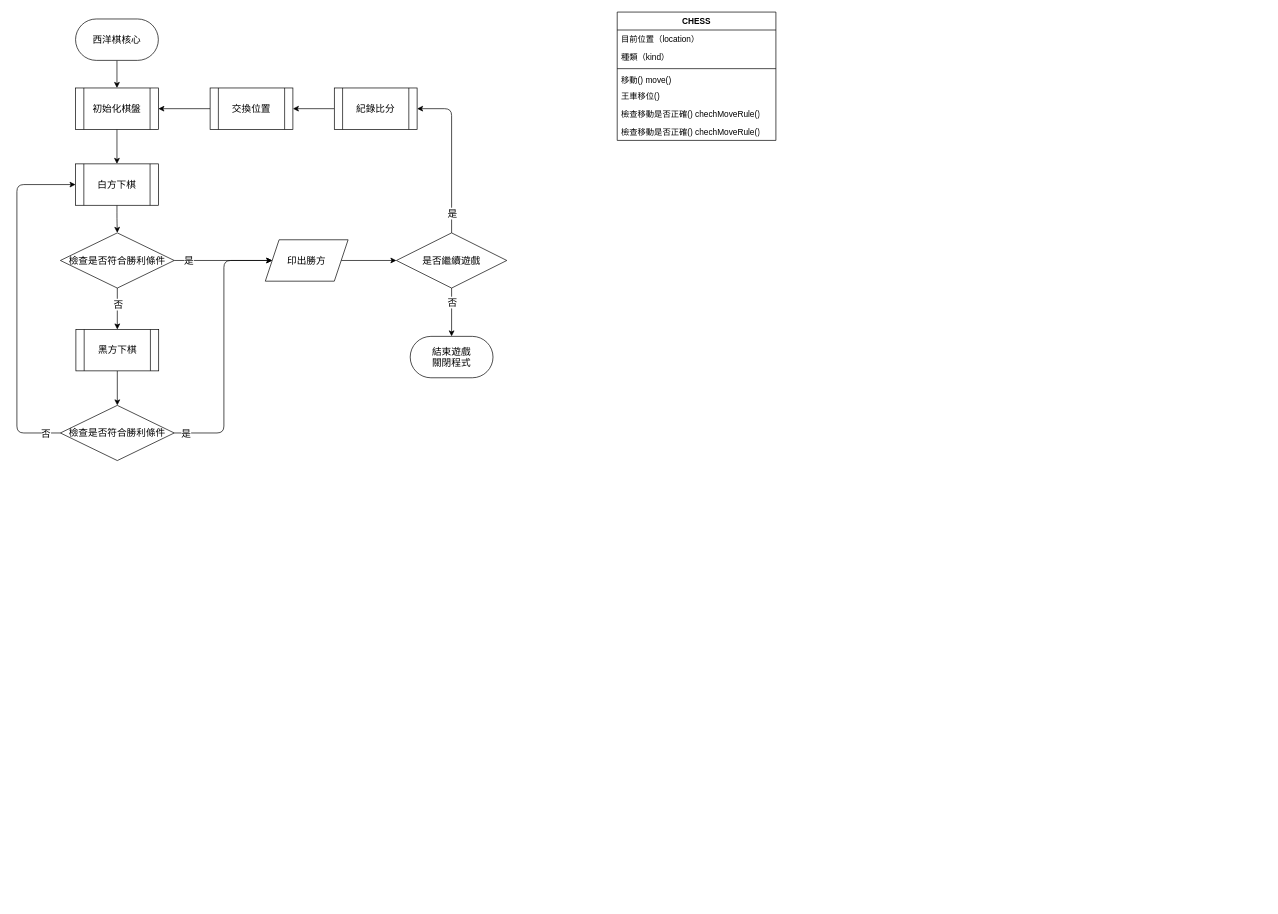
Earlier version of the draw.io diagram page "main(new design)" (1 of 3) of flowchart/chessGame_flowchart.drawio (F-YONG3721/chessGame). Source tidied: cells renumbered, new cells numbered last; positions are measured from the earlier drawing's top-left corner, leaving out a move shared by most shapes. Both pictures are drawn from the tidied source at 69%, with x=0, y=0 at pixel (17, 12).
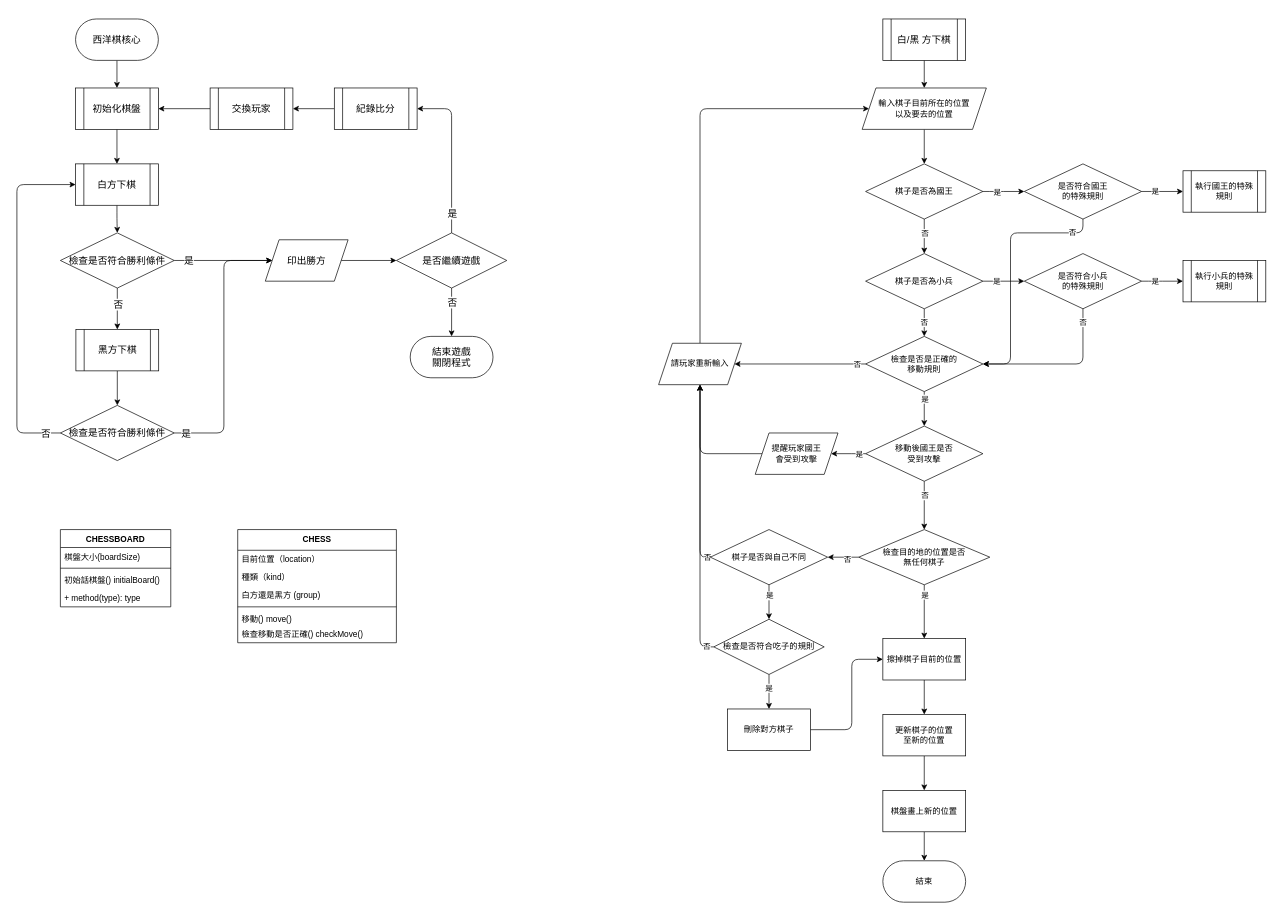
The same page after the edit.

Change to the diagram source:
```diff
@@
-    <mxCell id="29" value="交換位置" style="shape=process;whiteSpace=wrap;html=1;backgroundOutline=1;fontSize=14;" parent="1" vertex="1">
+    <mxCell id="29" value="交換玩家" style="shape=process;whiteSpace=wrap;html=1;backgroundOutline=1;fontSize=14;" parent="1" vertex="1">
       <mxGeometry x="280" y="110" width="120" height="60" as="geometry" />
     </mxCell>
@@
-    <mxCell id="32" value="CHESS" style="swimlane;fontStyle=1;align=center;verticalAlign=top;horizontal=1;startSize=26;rounded=0;shadow=0;glass=0;" parent="1" vertex="1">
-      <mxGeometry x="870" width="230" height="186" as="geometry" />
+    <mxCell id="32" value="CHESS" style="swimlane;fontStyle=1;align=center;verticalAlign=top;horizontal=1;startSize=30;rounded=0;shadow=0;glass=0;" parent="1" vertex="1">
+      <mxGeometry x="320" y="750" width="230" height="164" as="geometry" />
     </mxCell>
     <mxCell id="33" value="目前位置（location）" style="text;strokeColor=none;fillColor=none;align=left;verticalAlign=top;spacingLeft=4;spacingRight=4;overflow=hidden;rounded=0;shadow=0;glass=0;" parent="32" vertex="1">
-      <mxGeometry y="26" width="230" height="26" as="geometry" />
+      <mxGeometry y="30" width="230" height="26" as="geometry" />
     </mxCell>
     <mxCell id="34" value="種類（kind）" style="text;strokeColor=none;fillColor=none;align=left;verticalAlign=top;spacingLeft=4;spacingRight=4;overflow=hidden;rounded=0;shadow=0;glass=0;" parent="32" vertex="1">
-      <mxGeometry y="52" width="230" height="26" as="geometry" />
+      <mxGeometry y="56" width="230" height="26" as="geometry" />
     </mxCell>
+    <mxCell id="40" value="白方還是黑方 (group)" style="text;strokeColor=none;fillColor=none;align=left;verticalAlign=top;spacingLeft=4;spacingRight=4;overflow=hidden;rounded=0;shadow=0;glass=0;" parent="32" vertex="1">
+      <mxGeometry y="82" width="230" height="26" as="geometry" />
+    </mxCell>
     <mxCell id="35" style="line;strokeWidth=1;fillColor=none;align=left;verticalAlign=middle;spacingTop=-1;spacingLeft=3;spacingRight=3;labelPosition=right;strokeColor=inherit;rounded=0;shadow=0;glass=0;" parent="32" vertex="1">
-      <mxGeometry y="78" width="230" height="8" as="geometry" />
+      <mxGeometry y="108" width="230" height="8" as="geometry" />
     </mxCell>
     <mxCell id="36" value="移動() move()" style="text;strokeColor=none;fillColor=none;align=left;verticalAlign=top;spacingLeft=4;spacingRight=4;overflow=hidden;rounded=0;shadow=0;glass=0;" parent="32" vertex="1">
-      <mxGeometry y="86" width="230" height="22" as="geometry" />
+      <mxGeometry y="116" width="230" height="22" as="geometry" />
     </mxCell>
-    <mxCell id="37" value="王車移位() " style="text;strokeColor=none;fillColor=none;align=left;verticalAlign=top;spacingLeft=4;spacingRight=4;overflow=hidden;rounded=0;shadow=0;glass=0;" parent="32" vertex="1">
-      <mxGeometry y="108" width="230" height="26" as="geometry" />
-    </mxCell>
-    <mxCell id="38" value="檢查移動是否正確() chechMoveRule()" style="text;strokeColor=none;fillColor=none;align=left;verticalAlign=top;spacingLeft=4;spacingRight=4;overflow=hidden;rounded=0;shadow=0;glass=0;html=1;" parent="32" vertex="1">
-      <mxGeometry y="134" width="230" height="26" as="geometry" />
+    <mxCell id="38" value="檢查移動是否正確() checkMove()" style="text;strokeColor=none;fillColor=none;align=left;verticalAlign=top;spacingLeft=4;spacingRight=4;overflow=hidden;rounded=0;shadow=0;glass=0;html=1;" parent="32" vertex="1">
+      <mxGeometry y="138" width="230" height="26" as="geometry" />
     </mxCell>
-    <mxCell id="39" value="檢查移動是否正確() chechMoveRule()" style="text;strokeColor=none;fillColor=none;align=left;verticalAlign=top;spacingLeft=4;spacingRight=4;overflow=hidden;rounded=0;shadow=0;glass=0;html=1;" parent="32" vertex="1">
-      <mxGeometry y="160" width="230" height="26" as="geometry" />
+    <mxCell id="39" value="CHESSBOARD" style="swimlane;fontStyle=1;align=center;verticalAlign=top;horizontal=1;startSize=26;" parent="1" vertex="1">
+      <mxGeometry x="63" y="750" width="160" height="112" as="geometry" />
     </mxCell>
+    <mxCell id="41" value="棋盤大小(boardSize)" style="text;strokeColor=none;fillColor=none;align=left;verticalAlign=top;spacingLeft=4;spacingRight=4;overflow=hidden;" parent="39" vertex="1">
+      <mxGeometry y="26" width="160" height="26" as="geometry" />
+    </mxCell>
+    <mxCell id="42" style="line;strokeWidth=1;fillColor=none;align=left;verticalAlign=middle;spacingTop=-1;spacingLeft=3;spacingRight=3;labelPosition=right;strokeColor=inherit;" parent="39" vertex="1">
+      <mxGeometry y="52" width="160" height="8" as="geometry" />
+    </mxCell>
+    <mxCell id="43" value="初始話棋盤() initialBoard()" style="text;strokeColor=none;fillColor=none;align=left;verticalAlign=top;spacingLeft=4;spacingRight=4;overflow=hidden;" parent="39" vertex="1">
+      <mxGeometry y="60" width="160" height="26" as="geometry" />
+    </mxCell>
+    <mxCell id="44" value="+ method(type): type" style="text;strokeColor=none;fillColor=none;align=left;verticalAlign=top;spacingLeft=4;spacingRight=4;overflow=hidden;" parent="39" vertex="1">
+      <mxGeometry y="86" width="160" height="26" as="geometry" />
+    </mxCell>
+    <mxCell id="45" style="edgeStyle=none;html=1;" parent="1" edge="1" source="46" target="48">
+      <mxGeometry relative="1" as="geometry" />
+    </mxCell>
+    <mxCell id="46" value="白/黑 方下棋" style="shape=process;whiteSpace=wrap;html=1;backgroundOutline=1;fontSize=14;" parent="1" vertex="1">
+      <mxGeometry x="1255" y="10" width="120" height="60" as="geometry" />
+    </mxCell>
+    <mxCell id="47" style="edgeStyle=orthogonalEdgeStyle;html=1;" parent="1" edge="1" source="48" target="71">
+      <mxGeometry relative="1" as="geometry" />
+    </mxCell>
+    <mxCell id="48" value="輸入棋子目前所在的位置&lt;br&gt;以及要去的位置" style="shape=parallelogram;perimeter=parallelogramPerimeter;whiteSpace=wrap;html=1;fixedSize=1;" parent="1" vertex="1">
+      <mxGeometry x="1225" y="110" width="180" height="60" as="geometry" />
+    </mxCell>
+    <mxCell id="49" style="edgeStyle=orthogonalEdgeStyle;html=1;" parent="1" edge="1" source="53" target="76">
+      <mxGeometry relative="1" as="geometry" />
+    </mxCell>
+    <mxCell id="50" value="是" style="edgeLabel;html=1;align=center;verticalAlign=middle;" parent="49" vertex="1">
+      <mxGeometry x="-0.72" y="2" relative="1" as="geometry">
+        <mxPoint x="-2" y="3" as="offset" />
+      </mxGeometry>
+    </mxCell>
+    <mxCell id="51" style="edgeStyle=orthogonalEdgeStyle;html=1;exitX=0;exitY=0.5;exitDx=0;exitDy=0;" parent="1" edge="1" source="53" target="55">
+      <mxGeometry relative="1" as="geometry" />
+    </mxCell>
+    <mxCell id="52" value="否" style="edgeLabel;html=1;align=center;verticalAlign=middle;" parent="51" vertex="1">
+      <mxGeometry x="-0.86" relative="1" as="geometry" />
+    </mxCell>
+    <mxCell id="53" value="檢查是否是正確的&lt;br&gt;移動規則" style="rhombus;whiteSpace=wrap;html=1;" parent="1" vertex="1">
+      <mxGeometry x="1230" y="470" width="170" height="80" as="geometry" />
+    </mxCell>
+    <mxCell id="54" style="edgeStyle=orthogonalEdgeStyle;html=1;exitX=0.5;exitY=0;exitDx=0;exitDy=0;entryX=0;entryY=0.5;entryDx=0;entryDy=0;" parent="1" edge="1" source="55" target="48">
+      <mxGeometry relative="1" as="geometry">
+        <Array as="points">
+          <mxPoint x="990" y="140" />
+        </Array>
+      </mxGeometry>
+    </mxCell>
+    <mxCell id="55" value="請玩家重新輸入" style="shape=parallelogram;perimeter=parallelogramPerimeter;whiteSpace=wrap;html=1;fixedSize=1;" parent="1" vertex="1">
+      <mxGeometry x="930" y="480" width="120" height="60" as="geometry" />
+    </mxCell>
+    <mxCell id="56" style="edgeStyle=orthogonalEdgeStyle;html=1;" parent="1" edge="1" source="57" target="59">
+      <mxGeometry relative="1" as="geometry" />
+    </mxCell>
+    <mxCell id="57" value="擦掉棋子目前的位置" style="rounded=0;whiteSpace=wrap;html=1;" parent="1" vertex="1">
+      <mxGeometry x="1255" y="908" width="120" height="60" as="geometry" />
+    </mxCell>
+    <mxCell id="58" style="edgeStyle=orthogonalEdgeStyle;html=1;" parent="1" edge="1" source="59" target="61">
+      <mxGeometry relative="1" as="geometry" />
+    </mxCell>
+    <mxCell id="59" value="更新棋子的位置&lt;br&gt;至新的位置" style="rounded=0;whiteSpace=wrap;html=1;" parent="1" vertex="1">
+      <mxGeometry x="1255" y="1018" width="120" height="60" as="geometry" />
+    </mxCell>
+    <mxCell id="60" style="edgeStyle=orthogonalEdgeStyle;html=1;" parent="1" edge="1" source="61" target="90">
+      <mxGeometry relative="1" as="geometry" />
+    </mxCell>
+    <mxCell id="61" value="棋盤畫上新的位置" style="rounded=0;whiteSpace=wrap;html=1;" parent="1" vertex="1">
+      <mxGeometry x="1255" y="1128" width="120" height="60" as="geometry" />
+    </mxCell>
+    <mxCell id="62" style="edgeStyle=orthogonalEdgeStyle;html=1;" parent="1" edge="1" source="66" target="83">
+      <mxGeometry relative="1" as="geometry" />
+    </mxCell>
+    <mxCell id="63" value="否" style="edgeLabel;html=1;align=center;verticalAlign=middle;" parent="62" vertex="1">
+      <mxGeometry x="-0.24" y="2" relative="1" as="geometry" />
+    </mxCell>
+    <mxCell id="64" style="edgeStyle=orthogonalEdgeStyle;html=1;" parent="1" edge="1" source="66" target="57">
+      <mxGeometry relative="1" as="geometry" />
+    </mxCell>
+    <mxCell id="65" value="是" style="edgeLabel;html=1;align=center;verticalAlign=middle;" parent="64" vertex="1">
+      <mxGeometry x="-0.65" relative="1" as="geometry" />
+    </mxCell>
+    <mxCell id="66" value="檢查目的地的位置是否&lt;br&gt;無任何棋子" style="rhombus;whiteSpace=wrap;html=1;verticalAlign=middle;align=center;" parent="1" vertex="1">
+      <mxGeometry x="1220" y="750" width="190" height="80" as="geometry" />
+    </mxCell>
+    <mxCell id="67" style="edgeStyle=orthogonalEdgeStyle;html=1;" parent="1" edge="1" source="71" target="88">
+      <mxGeometry relative="1" as="geometry">
+        <Array as="points">
+          <mxPoint x="1420" y="260" />
+          <mxPoint x="1420" y="260" />
+        </Array>
+      </mxGeometry>
+    </mxCell>
+    <mxCell id="68" value="是" style="edgeLabel;html=1;align=center;verticalAlign=middle;" parent="67" vertex="1">
+      <mxGeometry x="-0.32" relative="1" as="geometry" />
+    </mxCell>
+    <mxCell id="69" style="edgeStyle=orthogonalEdgeStyle;html=1;" parent="1" edge="1" source="71" target="93">
+      <mxGeometry relative="1" as="geometry" />
+    </mxCell>
+    <mxCell id="70" value="否" style="edgeLabel;html=1;align=center;verticalAlign=middle;" parent="69" vertex="1">
+      <mxGeometry x="-0.72" y="1" relative="1" as="geometry">
+        <mxPoint x="-1" y="13" as="offset" />
+      </mxGeometry>
+    </mxCell>
+    <mxCell id="71" value="棋子是否為國王" style="rhombus;whiteSpace=wrap;html=1;" parent="1" vertex="1">
+      <mxGeometry x="1230" y="220" width="170" height="80" as="geometry" />
+    </mxCell>
+    <mxCell id="72" style="edgeStyle=orthogonalEdgeStyle;html=1;" parent="1" edge="1" source="76" target="78">
+      <mxGeometry relative="1" as="geometry">
+        <Array as="points">
+          <mxPoint x="1220" y="640" />
+          <mxPoint x="1220" y="640" />
+        </Array>
+      </mxGeometry>
+    </mxCell>
+    <mxCell id="73" value="是" style="edgeLabel;html=1;align=center;verticalAlign=middle;" parent="72" vertex="1">
+      <mxGeometry x="-0.72" y="1" relative="1" as="geometry">
+        <mxPoint x="-3" y="-1" as="offset" />
+      </mxGeometry>
+    </mxCell>
+    <mxCell id="74" style="edgeStyle=orthogonalEdgeStyle;html=1;" parent="1" edge="1" source="76" target="66">
+      <mxGeometry relative="1" as="geometry" />
+    </mxCell>
+    <mxCell id="75" value="否" style="edgeLabel;html=1;align=center;verticalAlign=middle;" parent="74" vertex="1">
+      <mxGeometry x="-0.7" relative="1" as="geometry">
+        <mxPoint y="9" as="offset" />
+      </mxGeometry>
+    </mxCell>
+    <mxCell id="76" value="移動後國王是否&lt;br&gt;受到攻擊" style="rhombus;whiteSpace=wrap;html=1;" parent="1" vertex="1">
+      <mxGeometry x="1230" y="600" width="170" height="80" as="geometry" />
+    </mxCell>
+    <mxCell id="77" style="edgeStyle=orthogonalEdgeStyle;html=1;exitX=0;exitY=0.5;exitDx=0;exitDy=0;entryX=0.5;entryY=1;entryDx=0;entryDy=0;" parent="1" edge="1" source="78" target="55">
+      <mxGeometry relative="1" as="geometry" />
+    </mxCell>
+    <mxCell id="78" value="提醒玩家國王&lt;br&gt;會受到攻擊" style="shape=parallelogram;perimeter=parallelogramPerimeter;whiteSpace=wrap;html=1;fixedSize=1;" parent="1" vertex="1">
+      <mxGeometry x="1070" y="610" width="120" height="60" as="geometry" />
+    </mxCell>
+    <mxCell id="79" style="edgeStyle=orthogonalEdgeStyle;html=1;exitX=0;exitY=0.5;exitDx=0;exitDy=0;entryX=0.5;entryY=1;entryDx=0;entryDy=0;" parent="1" edge="1" source="83" target="55">
+      <mxGeometry relative="1" as="geometry" />
+    </mxCell>
+    <mxCell id="80" value="否" style="edgeLabel;html=1;align=center;verticalAlign=middle;" parent="79" vertex="1">
+      <mxGeometry x="-0.85" y="-2" relative="1" as="geometry">
+        <mxPoint x="8" y="5" as="offset" />
+      </mxGeometry>
+    </mxCell>
+    <mxCell id="81" style="edgeStyle=orthogonalEdgeStyle;html=1;entryX=0.5;entryY=0;entryDx=0;entryDy=0;" parent="1" edge="1" source="83" target="100">
+      <mxGeometry relative="1" as="geometry" />
+    </mxCell>
+    <mxCell id="82" value="是" style="edgeLabel;html=1;align=center;verticalAlign=middle;" parent="81" vertex="1">
+      <mxGeometry x="-0.72" relative="1" as="geometry">
+        <mxPoint y="8" as="offset" />
+      </mxGeometry>
+    </mxCell>
+    <mxCell id="83" value="棋子是否與自己不同" style="rhombus;whiteSpace=wrap;html=1;" parent="1" vertex="1">
+      <mxGeometry x="1005" y="750" width="170" height="80" as="geometry" />
+    </mxCell>
+    <mxCell id="84" style="edgeStyle=orthogonalEdgeStyle;html=1;exitX=1;exitY=0.5;exitDx=0;exitDy=0;" parent="1" edge="1" source="85" target="57">
+      <mxGeometry relative="1" as="geometry">
+        <Array as="points">
+          <mxPoint x="1210" y="1040" />
+          <mxPoint x="1210" y="938" />
+        </Array>
+      </mxGeometry>
+    </mxCell>
+    <mxCell id="85" value="刪除對方棋子" style="whiteSpace=wrap;html=1;" parent="1" vertex="1">
+      <mxGeometry x="1030" y="1010" width="120" height="60" as="geometry" />
+    </mxCell>
+    <mxCell id="86" value="是" style="edgeStyle=orthogonalEdgeStyle;html=1;entryX=0;entryY=0.5;entryDx=0;entryDy=0;" parent="1" edge="1" source="88" target="89">
+      <mxGeometry x="-0.33" relative="1" as="geometry" />
+    </mxCell>
+    <mxCell id="87" value="否" style="edgeStyle=orthogonalEdgeStyle;html=1;exitX=0.5;exitY=1;exitDx=0;exitDy=0;entryX=1;entryY=0.5;entryDx=0;entryDy=0;" parent="1" edge="1" source="88" target="53">
+      <mxGeometry x="-0.8" relative="1" as="geometry">
+        <Array as="points">
+          <mxPoint x="1545" y="320" />
+          <mxPoint x="1440" y="320" />
+          <mxPoint x="1440" y="510" />
+        </Array>
+      </mxGeometry>
+    </mxCell>
+    <mxCell id="88" value="是否符合國王&lt;br&gt;的特殊規則" style="rhombus;whiteSpace=wrap;html=1;" parent="1" vertex="1">
+      <mxGeometry x="1460" y="220" width="170" height="80" as="geometry" />
+    </mxCell>
+    <mxCell id="89" value="執行國王的特殊規則" style="shape=process;whiteSpace=wrap;html=1;backgroundOutline=1;" parent="1" vertex="1">
+      <mxGeometry x="1690" y="230" width="120" height="60" as="geometry" />
+    </mxCell>
+    <mxCell id="90" value="結束" style="rounded=1;whiteSpace=wrap;html=1;arcSize=50;" parent="1" vertex="1">
+      <mxGeometry x="1255" y="1230" width="120" height="60" as="geometry" />
+    </mxCell>
+    <mxCell id="91" value="否" style="edgeStyle=orthogonalEdgeStyle;html=1;" parent="1" edge="1" source="93" target="53">
+      <mxGeometry relative="1" as="geometry" />
+    </mxCell>
+    <mxCell id="92" value="是" style="edgeStyle=orthogonalEdgeStyle;html=1;" parent="1" edge="1" source="93" target="96">
+      <mxGeometry x="-0.33" relative="1" as="geometry" />
+    </mxCell>
+    <mxCell id="93" value="棋子是否為小兵" style="rhombus;whiteSpace=wrap;html=1;" parent="1" vertex="1">
+      <mxGeometry x="1230" y="350" width="170" height="80" as="geometry" />
+    </mxCell>
+    <mxCell id="94" value="是" style="edgeStyle=orthogonalEdgeStyle;html=1;" parent="1" edge="1" source="96" target="97">
+      <mxGeometry x="-0.33" relative="1" as="geometry">
+        <Array as="points">
+          <mxPoint x="1650" y="390" />
+          <mxPoint x="1650" y="390" />
+        </Array>
+      </mxGeometry>
+    </mxCell>
+    <mxCell id="95" value="否" style="edgeStyle=orthogonalEdgeStyle;html=1;exitX=0.5;exitY=1;exitDx=0;exitDy=0;entryX=1;entryY=0.5;entryDx=0;entryDy=0;" parent="1" edge="1" source="96" target="53">
+      <mxGeometry x="-0.82" relative="1" as="geometry" />
+    </mxCell>
+    <mxCell id="96" value="是否符合小兵&lt;br&gt;的特殊規則" style="rhombus;whiteSpace=wrap;html=1;" parent="1" vertex="1">
+      <mxGeometry x="1460" y="350" width="170" height="80" as="geometry" />
+    </mxCell>
+    <mxCell id="97" value="執行小兵的特殊規則" style="shape=process;whiteSpace=wrap;html=1;backgroundOutline=1;" parent="1" vertex="1">
+      <mxGeometry x="1690" y="360" width="120" height="60" as="geometry" />
+    </mxCell>
+    <mxCell id="98" value="是" style="edgeStyle=none;html=1;" parent="1" edge="1" source="100" target="85">
+      <mxGeometry x="-0.2" relative="1" as="geometry" />
+    </mxCell>
+    <mxCell id="99" value="否" style="edgeStyle=orthogonalEdgeStyle;html=1;exitX=0;exitY=0.5;exitDx=0;exitDy=0;entryX=0.5;entryY=1;entryDx=0;entryDy=0;" parent="1" edge="1" source="100" target="55">
+      <mxGeometry x="-0.95" relative="1" as="geometry" />
+    </mxCell>
+    <mxCell id="100" value="檢查是否符合吃子的規則" style="rhombus;whiteSpace=wrap;html=1;" parent="1" vertex="1">
+      <mxGeometry x="1010" y="880" width="160" height="80" as="geometry" />
+    </mxCell>
```
